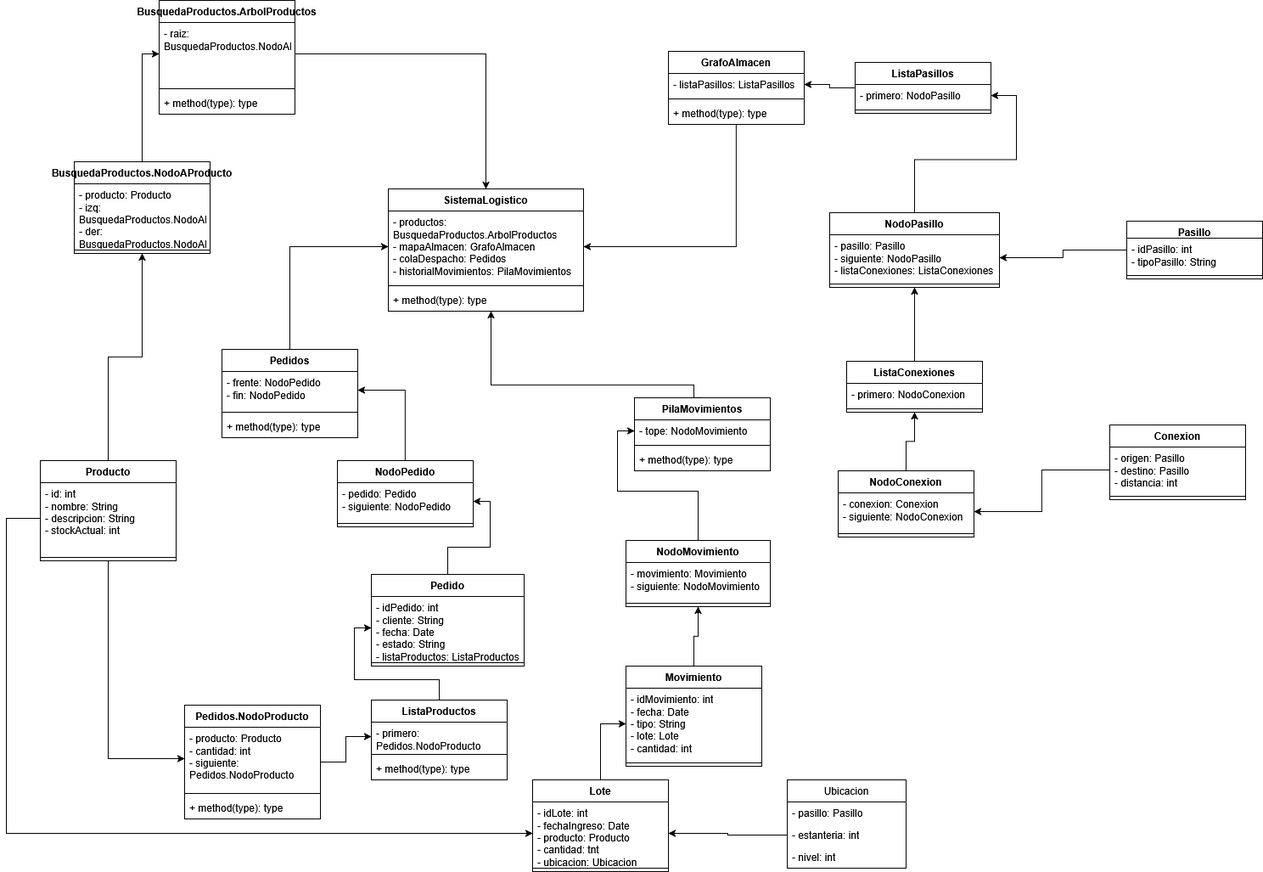
Above: Diagrama de clases.png in BoolianPerez/TpProgra2 (draw.io), before the change. Source tidied: cells renumbered, new cells last; positions are measured from the earlier drawing's top-left corner, leaving out a move shared by most shapes.
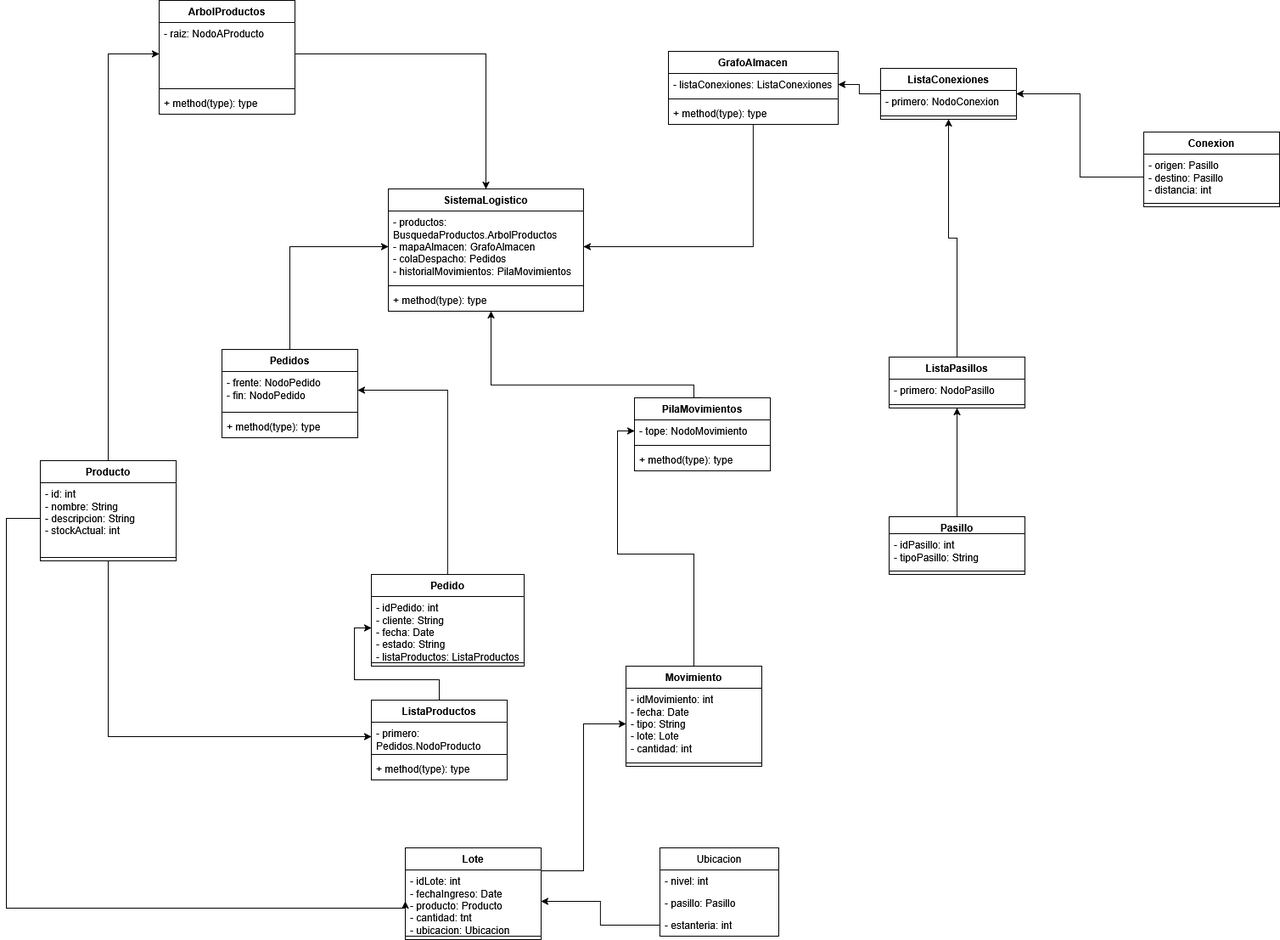
The same diagram one commit later.

The edit, as a diff of the source:
```diff
@@ -4,6 +4,6 @@
     <mxCell id="1" parent="0" />
-    <mxCell id="2" value="BusquedaProductos.ArbolProductos" style="swimlane;fontStyle=1;align=center;verticalAlign=top;horizontal=1;startSize=26;whiteSpace=wrap;html=1;" parent="1" vertex="1">
+    <mxCell id="2" value="ArbolProductos" style="swimlane;fontStyle=1;align=center;verticalAlign=top;horizontal=1;startSize=26;whiteSpace=wrap;html=1;" parent="1" vertex="1">
       <mxGeometry x="180" width="160" height="134" as="geometry" />
     </mxCell>
-    <mxCell id="3" value="- raiz: BusquedaProductos.NodoAProducto" style="text;strokeColor=none;fillColor=none;align=left;verticalAlign=top;spacingLeft=4;spacingRight=4;overflow=hidden;points=[[0,0.5],[1,0.5]];portConstraint=eastwest;whiteSpace=wrap;html=1;" parent="2" vertex="1">
+    <mxCell id="3" value="- raiz: NodoAProducto" style="text;strokeColor=none;fillColor=none;align=left;verticalAlign=top;spacingLeft=4;spacingRight=4;overflow=hidden;points=[[0,0.5],[1,0.5]];portConstraint=eastwest;whiteSpace=wrap;html=1;" parent="2" vertex="1">
       <mxGeometry y="26" width="160" height="74" as="geometry" />
@@ -16,6 +16,6 @@
     </mxCell>
-    <mxCell id="6" style="edgeStyle=orthogonalEdgeStyle;rounded=0;jettySize=auto;html=1;entryX=0.5;entryY=1;entryDx=0;entryDy=0;" parent="1" edge="1" source="8" target="35">
+    <mxCell id="6" style="edgeStyle=orthogonalEdgeStyle;rounded=0;jettySize=auto;html=1;entryX=0;entryY=0.5;entryDx=0;entryDy=0;" parent="1" edge="1" source="8" target="3">
       <mxGeometry relative="1" as="geometry" />
     </mxCell>
-    <mxCell id="7" style="edgeStyle=orthogonalEdgeStyle;rounded=0;jettySize=auto;html=1;entryX=0;entryY=0.5;entryDx=0;entryDy=0;" parent="1" edge="1" source="8" target="83">
+    <mxCell id="7" style="edgeStyle=orthogonalEdgeStyle;rounded=0;jettySize=auto;html=1;entryX=0;entryY=0.5;entryDx=0;entryDy=0;" parent="1" edge="1" source="8" target="78">
       <mxGeometry relative="1" as="geometry" />
@@ -31,3 +31,3 @@
     </mxCell>
-    <mxCell id="11" style="edgeStyle=orthogonalEdgeStyle;rounded=0;jettySize=auto;html=1;entryX=1;entryY=0.5;entryDx=0;entryDy=0;" parent="1" edge="1" source="12" target="66">
+    <mxCell id="11" style="edgeStyle=orthogonalEdgeStyle;rounded=0;jettySize=auto;html=1;entryX=1;entryY=0.5;entryDx=0;entryDy=0;" parent="1" edge="1" source="12" target="61">
       <mxGeometry relative="1" as="geometry" />
@@ -43,3 +43,3 @@
     </mxCell>
-    <mxCell id="15" style="edgeStyle=orthogonalEdgeStyle;rounded=0;jettySize=auto;html=1;entryX=0;entryY=0.5;entryDx=0;entryDy=0;" parent="1" edge="1" source="16" target="21">
+    <mxCell id="15" style="edgeStyle=orthogonalEdgeStyle;rounded=0;jettySize=auto;html=1;entryX=0;entryY=0.5;entryDx=0;entryDy=0;exitX=1;exitY=0.25;exitDx=0;exitDy=0;" parent="1" edge="1" source="16" target="21">
       <mxGeometry relative="1" as="geometry" />
@@ -47,3 +47,3 @@
     <mxCell id="16" value="Lote" style="swimlane;fontStyle=1;align=center;verticalAlign=top;horizontal=1;startSize=26;whiteSpace=wrap;html=1;" parent="1" vertex="1">
-      <mxGeometry x="620" y="918" width="160" height="108" as="geometry" />
+      <mxGeometry x="470" y="998" width="160" height="108" as="geometry" />
     </mxCell>
@@ -55,3 +55,3 @@
     </mxCell>
-    <mxCell id="19" style="edgeStyle=orthogonalEdgeStyle;rounded=0;jettySize=auto;html=1;entryX=0.5;entryY=1;entryDx=0;entryDy=0;" parent="1" edge="1" source="20" target="73">
+    <mxCell id="19" style="edgeStyle=orthogonalEdgeStyle;rounded=0;jettySize=auto;html=1;entryX=0;entryY=0.5;entryDx=0;entryDy=0;" parent="1" edge="1" source="20" target="69">
       <mxGeometry relative="1" as="geometry" />
@@ -67,3 +67,3 @@
     </mxCell>
-    <mxCell id="23" style="edgeStyle=orthogonalEdgeStyle;rounded=0;jettySize=auto;html=1;entryX=1;entryY=0.5;entryDx=0;entryDy=0;" parent="1" edge="1" source="24" target="49">
+    <mxCell id="23" style="edgeStyle=orthogonalEdgeStyle;rounded=0;jettySize=auto;html=1;entryX=0.5;entryY=1;entryDx=0;entryDy=0;" parent="1" edge="1" source="24" target="44">
       <mxGeometry relative="1" as="geometry" />
@@ -71,3 +71,3 @@
     <mxCell id="24" value="Pasillo" style="swimlane;fontStyle=1;align=center;verticalAlign=top;horizontal=1;startSize=20;whiteSpace=wrap;html=1;" parent="1" vertex="1">
-      <mxGeometry x="1320" y="260" width="160" height="68" as="geometry" />
+      <mxGeometry x="1040" y="608" width="160" height="68" as="geometry" />
     </mxCell>
@@ -80,3 +80,3 @@
     <mxCell id="27" value="Conexion" style="swimlane;fontStyle=1;align=center;verticalAlign=top;horizontal=1;startSize=26;whiteSpace=wrap;html=1;" parent="1" vertex="1">
-      <mxGeometry x="1300" y="500" width="160" height="88" as="geometry" />
+      <mxGeometry x="1340" y="155" width="160" height="88" as="geometry" />
     </mxCell>
@@ -89,25 +89,13 @@
     <mxCell id="30" value="Ubicacion" style="swimlane;fontStyle=0;horizontal=1;startSize=26;fillColor=none;whiteSpace=wrap;html=1;" parent="1" vertex="1">
-      <mxGeometry x="920" y="918" width="140" height="104" as="geometry" />
+      <mxGeometry x="770" y="998" width="140" height="104" as="geometry" />
     </mxCell>
+    <mxCell id="33" value="- nivel: int" style="text;strokeColor=none;fillColor=none;align=left;verticalAlign=top;spacingLeft=4;spacingRight=4;overflow=hidden;whiteSpace=wrap;html=1;" parent="30" vertex="1">
+      <mxGeometry y="26" width="140" height="26" as="geometry" />
+    </mxCell>
     <mxCell id="31" value="- pasillo: Pasillo" style="text;strokeColor=none;fillColor=none;align=left;verticalAlign=top;spacingLeft=4;spacingRight=4;overflow=hidden;whiteSpace=wrap;html=1;" parent="30" vertex="1">
-      <mxGeometry y="26" width="140" height="26" as="geometry" />
+      <mxGeometry y="52" width="140" height="26" as="geometry" />
     </mxCell>
     <mxCell id="32" value="- estanteria: int" style="text;strokeColor=none;fillColor=none;align=left;verticalAlign=top;spacingLeft=4;spacingRight=4;overflow=hidden;points=[[0,0.5],[1,0.5]];portConstraint=eastwest;whiteSpace=wrap;html=1;" parent="30" vertex="1">
-      <mxGeometry y="52" width="140" height="26" as="geometry" />
+      <mxGeometry y="78" width="140" height="26" as="geometry" />
     </mxCell>
-    <mxCell id="33" value="- nivel: int" style="text;strokeColor=none;fillColor=none;align=left;verticalAlign=top;spacingLeft=4;spacingRight=4;overflow=hidden;whiteSpace=wrap;html=1;" parent="30" vertex="1">
-      <mxGeometry y="78" width="140" height="26" as="geometry" />
-    </mxCell>
-    <mxCell id="34" style="edgeStyle=orthogonalEdgeStyle;rounded=0;jettySize=auto;html=1;entryX=0;entryY=0.5;entryDx=0;entryDy=0;" parent="1" edge="1" source="35" target="3">
-      <mxGeometry relative="1" as="geometry" />
-    </mxCell>
-    <mxCell id="35" value="BusquedaProductos.NodoAProducto" style="swimlane;fontStyle=1;align=center;verticalAlign=top;horizontal=1;startSize=26;whiteSpace=wrap;html=1;" parent="1" vertex="1">
-      <mxGeometry x="80" y="190" width="160" height="108" as="geometry" />
-    </mxCell>
-    <mxCell id="36" value="- producto: Producto&lt;div&gt;- izq: BusquedaProductos.NodoAProducto&lt;/div&gt;&lt;div&gt;- der: BusquedaProductos.NodoAProducto&lt;/div&gt;&lt;div&gt;- altura: int&lt;/div&gt;" style="text;strokeColor=none;fillColor=none;align=left;verticalAlign=top;spacingLeft=4;spacingRight=4;overflow=hidden;whiteSpace=wrap;html=1;" parent="35" vertex="1">
-      <mxGeometry y="26" width="160" height="74" as="geometry" />
-    </mxCell>
-    <mxCell id="37" style="line;strokeWidth=1;fillColor=none;align=left;verticalAlign=middle;spacingTop=-1;spacingLeft=3;spacingRight=3;labelPosition=right;strokeColor=inherit;" parent="35" vertex="1">
-      <mxGeometry y="100" width="160" height="8" as="geometry" />
-    </mxCell>
     <mxCell id="38" style="edgeStyle=orthogonalEdgeStyle;rounded=0;jettySize=auto;html=1;entryX=1;entryY=0.5;entryDx=0;entryDy=0;" parent="1" edge="1" source="39" target="87">
@@ -116,18 +104,18 @@
     <mxCell id="39" value="GrafoAlmacen" style="swimlane;fontStyle=1;align=center;verticalAlign=top;horizontal=1;startSize=26;whiteSpace=wrap;html=1;" parent="1" vertex="1">
-      <mxGeometry x="780" y="60" width="160" height="86" as="geometry" />
+      <mxGeometry x="780" y="60" width="200" height="86" as="geometry" />
     </mxCell>
-    <mxCell id="40" value="- listaPasillos: ListaPasillos" style="text;strokeColor=none;fillColor=none;align=left;verticalAlign=top;spacingLeft=4;spacingRight=4;overflow=hidden;points=[[0,0.5],[1,0.5]];portConstraint=eastwest;whiteSpace=wrap;html=1;" parent="39" vertex="1">
-      <mxGeometry y="26" width="160" height="26" as="geometry" />
+    <mxCell id="40" value="- listaConexiones: ListaConexiones" style="text;strokeColor=none;fillColor=none;align=left;verticalAlign=top;spacingLeft=4;spacingRight=4;overflow=hidden;points=[[0,0.5],[1,0.5]];portConstraint=eastwest;whiteSpace=wrap;html=1;" parent="39" vertex="1">
+      <mxGeometry y="26" width="200" height="26" as="geometry" />
     </mxCell>
     <mxCell id="41" style="line;strokeWidth=1;fillColor=none;align=left;verticalAlign=middle;spacingTop=-1;spacingLeft=3;spacingRight=3;labelPosition=right;strokeColor=inherit;" parent="39" vertex="1">
-      <mxGeometry y="52" width="160" height="8" as="geometry" />
+      <mxGeometry y="52" width="200" height="8" as="geometry" />
     </mxCell>
     <mxCell id="42" value="+ method(type): type" style="text;strokeColor=none;fillColor=none;align=left;verticalAlign=top;spacingLeft=4;spacingRight=4;overflow=hidden;whiteSpace=wrap;html=1;" parent="39" vertex="1">
-      <mxGeometry y="60" width="160" height="26" as="geometry" />
+      <mxGeometry y="60" width="200" height="26" as="geometry" />
     </mxCell>
-    <mxCell id="43" style="edgeStyle=orthogonalEdgeStyle;rounded=0;jettySize=auto;html=1;entryX=1;entryY=0.5;entryDx=0;entryDy=0;" parent="1" edge="1" source="44" target="40">
-      <mxGeometry relative="1" as="geometry" />
-    </mxCell>
+    <mxCell id="95" style="edgeStyle=orthogonalEdgeStyle;rounded=0;jettySize=auto;html=1;entryX=0.5;entryY=1;entryDx=0;entryDy=0;" parent="1" edge="1" source="44" target="52">
+      <mxGeometry relative="1" as="geometry" />
+    </mxCell>
     <mxCell id="44" value="ListaPasillos" style="swimlane;fontStyle=1;align=center;verticalAlign=top;horizontal=1;startSize=26;whiteSpace=wrap;html=1;" parent="1" vertex="1">
-      <mxGeometry x="1000" y="73" width="160" height="60" as="geometry" />
+      <mxGeometry x="1040" y="420" width="160" height="60" as="geometry" />
     </mxCell>
@@ -139,19 +127,7 @@
     </mxCell>
-    <mxCell id="47" style="edgeStyle=orthogonalEdgeStyle;rounded=0;jettySize=auto;html=1;entryX=1;entryY=0.5;entryDx=0;entryDy=0;" parent="1" edge="1" source="48" target="45">
-      <mxGeometry relative="1" as="geometry" />
-    </mxCell>
-    <mxCell id="48" value="NodoPasillo" style="swimlane;fontStyle=1;align=center;verticalAlign=top;horizontal=1;startSize=26;whiteSpace=wrap;html=1;" parent="1" vertex="1">
-      <mxGeometry x="970" y="250" width="200" height="88" as="geometry" />
-    </mxCell>
-    <mxCell id="49" value="- pasillo: Pasillo&lt;div&gt;- siguiente: NodoPasillo&lt;/div&gt;&lt;div&gt;- listaConexiones: ListaConexiones&lt;/div&gt;" style="text;strokeColor=none;fillColor=none;align=left;verticalAlign=top;spacingLeft=4;spacingRight=4;overflow=hidden;points=[[0,0.5],[1,0.5]];portConstraint=eastwest;whiteSpace=wrap;html=1;" parent="48" vertex="1">
-      <mxGeometry y="26" width="200" height="54" as="geometry" />
-    </mxCell>
-    <mxCell id="50" style="line;strokeWidth=1;fillColor=none;align=left;verticalAlign=middle;spacingTop=-1;spacingLeft=3;spacingRight=3;labelPosition=right;strokeColor=inherit;" parent="48" vertex="1">
-      <mxGeometry y="80" width="200" height="8" as="geometry" />
-    </mxCell>
-    <mxCell id="51" style="edgeStyle=orthogonalEdgeStyle;rounded=0;jettySize=auto;html=1;entryX=0.5;entryY=1;entryDx=0;entryDy=0;" parent="1" edge="1" source="52" target="48">
-      <mxGeometry relative="1" as="geometry" />
-    </mxCell>
+    <mxCell id="96" style="edgeStyle=orthogonalEdgeStyle;rounded=0;jettySize=auto;html=1;entryX=1;entryY=0.5;entryDx=0;entryDy=0;" parent="1" edge="1" source="52" target="40">
+      <mxGeometry relative="1" as="geometry" />
+    </mxCell>
     <mxCell id="52" value="ListaConexiones" style="swimlane;fontStyle=1;align=center;verticalAlign=top;horizontal=1;startSize=26;whiteSpace=wrap;html=1;" parent="1" vertex="1">
-      <mxGeometry x="990" y="425" width="160" height="60" as="geometry" />
+      <mxGeometry x="1030" y="80" width="160" height="60" as="geometry" />
     </mxCell>
@@ -163,14 +139,2 @@
     </mxCell>
-    <mxCell id="55" style="edgeStyle=orthogonalEdgeStyle;rounded=0;jettySize=auto;html=1;entryX=0.5;entryY=1;entryDx=0;entryDy=0;" parent="1" edge="1" source="56" target="52">
-      <mxGeometry relative="1" as="geometry" />
-    </mxCell>
-    <mxCell id="56" value="NodoConexion" style="swimlane;fontStyle=1;align=center;verticalAlign=top;horizontal=1;startSize=26;whiteSpace=wrap;html=1;" parent="1" vertex="1">
-      <mxGeometry x="980" y="554" width="160" height="78" as="geometry" />
-    </mxCell>
-    <mxCell id="57" value="- conexion: Conexion&lt;div&gt;- siguiente: NodoConexion&lt;/div&gt;" style="text;strokeColor=none;fillColor=none;align=left;verticalAlign=top;spacingLeft=4;spacingRight=4;overflow=hidden;points=[[0,0.5],[1,0.5]];portConstraint=eastwest;whiteSpace=wrap;html=1;" parent="56" vertex="1">
-      <mxGeometry y="26" width="160" height="44" as="geometry" />
-    </mxCell>
-    <mxCell id="58" style="line;strokeWidth=1;fillColor=none;align=left;verticalAlign=middle;spacingTop=-1;spacingLeft=3;spacingRight=3;labelPosition=right;strokeColor=inherit;" parent="56" vertex="1">
-      <mxGeometry y="70" width="160" height="8" as="geometry" />
-    </mxCell>
     <mxCell id="59" style="edgeStyle=orthogonalEdgeStyle;rounded=0;jettySize=auto;html=1;entryX=0;entryY=0.5;entryDx=0;entryDy=0;" parent="1" edge="1" source="60" target="87">
@@ -190,14 +154,2 @@
     </mxCell>
-    <mxCell id="64" style="edgeStyle=orthogonalEdgeStyle;rounded=0;jettySize=auto;html=1;entryX=1;entryY=0.5;entryDx=0;entryDy=0;" parent="1" edge="1" source="65" target="61">
-      <mxGeometry relative="1" as="geometry" />
-    </mxCell>
-    <mxCell id="65" value="NodoPedido" style="swimlane;fontStyle=1;align=center;verticalAlign=top;horizontal=1;startSize=26;whiteSpace=wrap;html=1;" parent="1" vertex="1">
-      <mxGeometry x="390" y="542" width="160" height="78" as="geometry" />
-    </mxCell>
-    <mxCell id="66" value="- pedido: Pedido&lt;div&gt;- siguiente: NodoPedido&lt;/div&gt;" style="text;strokeColor=none;fillColor=none;align=left;verticalAlign=top;spacingLeft=4;spacingRight=4;overflow=hidden;points=[[0,0.5],[1,0.5]];portConstraint=eastwest;whiteSpace=wrap;html=1;" parent="65" vertex="1">
-      <mxGeometry y="26" width="160" height="44" as="geometry" />
-    </mxCell>
-    <mxCell id="67" style="line;strokeWidth=1;fillColor=none;align=left;verticalAlign=middle;spacingTop=-1;spacingLeft=3;spacingRight=3;labelPosition=right;strokeColor=inherit;" parent="65" vertex="1">
-      <mxGeometry y="70" width="160" height="8" as="geometry" />
-    </mxCell>
     <mxCell id="68" value="PilaMovimientos" style="swimlane;fontStyle=1;align=center;verticalAlign=top;horizontal=1;startSize=26;whiteSpace=wrap;html=1;" parent="1" vertex="1">
@@ -214,14 +166,2 @@
     </mxCell>
-    <mxCell id="72" style="edgeStyle=orthogonalEdgeStyle;rounded=0;jettySize=auto;html=1;entryX=0;entryY=0.5;entryDx=0;entryDy=0;" parent="1" edge="1" source="73" target="69">
-      <mxGeometry relative="1" as="geometry" />
-    </mxCell>
-    <mxCell id="73" value="NodoMovimiento" style="swimlane;fontStyle=1;align=center;verticalAlign=top;horizontal=1;startSize=26;whiteSpace=wrap;html=1;" parent="1" vertex="1">
-      <mxGeometry x="730" y="636" width="170" height="78" as="geometry" />
-    </mxCell>
-    <mxCell id="74" value="- movimiento: Movimiento&lt;div&gt;- siguiente: NodoMovimiento&lt;/div&gt;" style="text;strokeColor=none;fillColor=none;align=left;verticalAlign=top;spacingLeft=4;spacingRight=4;overflow=hidden;whiteSpace=wrap;html=1;" parent="73" vertex="1">
-      <mxGeometry y="26" width="170" height="44" as="geometry" />
-    </mxCell>
-    <mxCell id="75" style="line;strokeWidth=1;fillColor=none;align=left;verticalAlign=middle;spacingTop=-1;spacingLeft=3;spacingRight=3;labelPosition=right;strokeColor=inherit;" parent="73" vertex="1">
-      <mxGeometry y="70" width="170" height="8" as="geometry" />
-    </mxCell>
     <mxCell id="76" style="edgeStyle=orthogonalEdgeStyle;rounded=0;jettySize=auto;html=1;entryX=0;entryY=0.5;entryDx=0;entryDy=0;" parent="1" edge="1" source="77" target="13">
@@ -241,17 +181,2 @@
     </mxCell>
-    <mxCell id="81" style="edgeStyle=orthogonalEdgeStyle;rounded=0;jettySize=auto;html=1;entryX=0;entryY=0.5;entryDx=0;entryDy=0;" parent="1" edge="1" source="82" target="78">
-      <mxGeometry relative="1" as="geometry" />
-    </mxCell>
-    <mxCell id="82" value="Pedidos.NodoProducto" style="swimlane;fontStyle=1;align=center;verticalAlign=top;horizontal=1;startSize=26;whiteSpace=wrap;html=1;" parent="1" vertex="1">
-      <mxGeometry x="210" y="830" width="160" height="134" as="geometry" />
-    </mxCell>
-    <mxCell id="83" value="- producto: Producto&lt;div&gt;- cantidad: int&lt;/div&gt;&lt;div&gt;- siguiente: Pedidos.NodoProducto&lt;/div&gt;" style="text;strokeColor=none;fillColor=none;align=left;verticalAlign=top;spacingLeft=4;spacingRight=4;overflow=hidden;points=[[0,0.5],[1,0.5]];portConstraint=eastwest;whiteSpace=wrap;html=1;" parent="82" vertex="1">
-      <mxGeometry y="26" width="160" height="74" as="geometry" />
-    </mxCell>
-    <mxCell id="84" style="line;strokeWidth=1;fillColor=none;align=left;verticalAlign=middle;spacingTop=-1;spacingLeft=3;spacingRight=3;labelPosition=right;strokeColor=inherit;" parent="82" vertex="1">
-      <mxGeometry y="100" width="160" height="8" as="geometry" />
-    </mxCell>
-    <mxCell id="85" value="+ method(type): type" style="text;strokeColor=none;fillColor=none;align=left;verticalAlign=top;spacingLeft=4;spacingRight=4;overflow=hidden;whiteSpace=wrap;html=1;" parent="82" vertex="1">
-      <mxGeometry y="108" width="160" height="26" as="geometry" />
-    </mxCell>
     <mxCell id="86" value="SistemaLogistico" style="swimlane;fontStyle=1;align=center;verticalAlign=top;horizontal=1;startSize=26;whiteSpace=wrap;html=1;" parent="1" vertex="1">
@@ -283,3 +208,3 @@
           <mxPoint y="610" />
-          <mxPoint y="981" />
+          <mxPoint y="1069" />
         </Array>
@@ -287,3 +212,3 @@
     </mxCell>
-    <mxCell id="93" style="edgeStyle=orthogonalEdgeStyle;rounded=0;jettySize=auto;html=1;entryX=1;entryY=0.5;entryDx=0;entryDy=0;" parent="1" edge="1" source="28" target="57">
+    <mxCell id="93" style="edgeStyle=orthogonalEdgeStyle;rounded=0;jettySize=auto;html=1;entryX=1;entryY=0.5;entryDx=0;entryDy=0;" parent="1" edge="1" source="28" target="52">
       <mxGeometry relative="1" as="geometry" />
```
